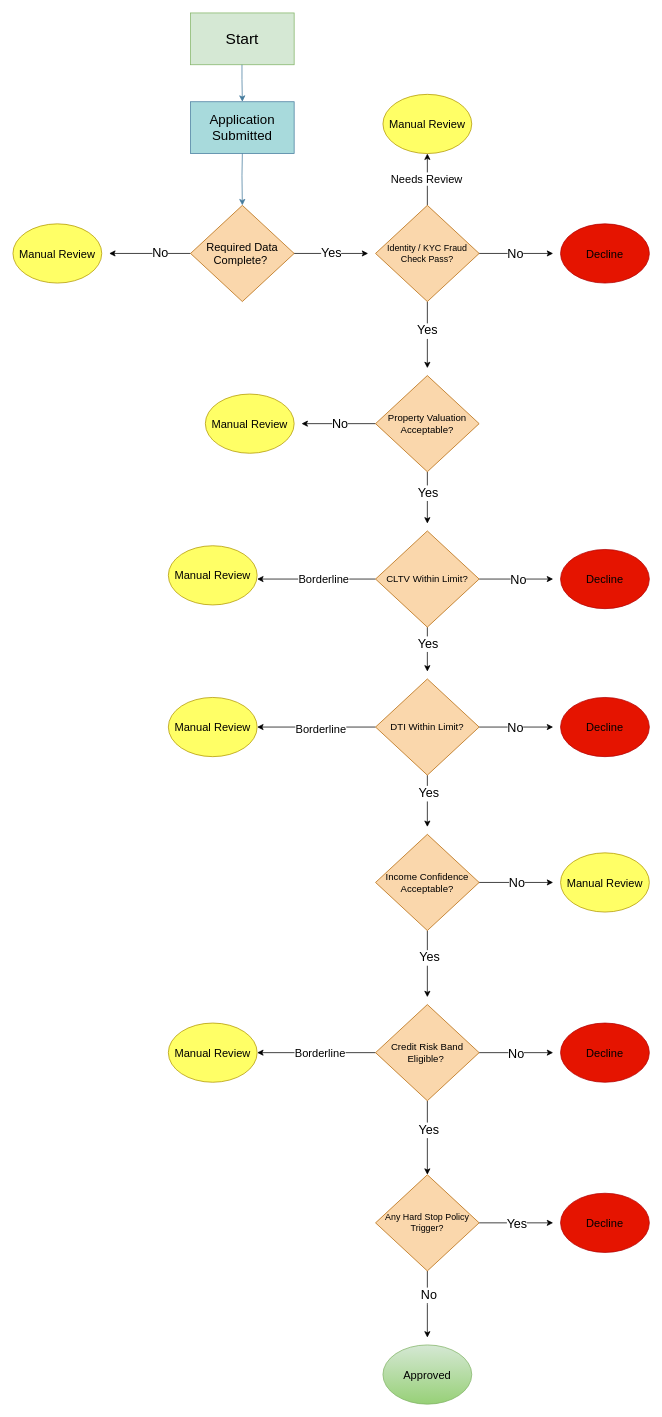
Earlier version of the draw.io diagram Homelend AI Documents/Homelend AI Underwriting Decision Tree - Phase 0.drawio (Camleader/Homelend-AI). Source tidied: cells renumbered, new cells numbered last; positions are measured from the earlier drawing's top-left corner, leaving out a move shared by most shapes. Both pictures are drawn from the tidied source at 74%, with x=0, y=0 at pixel (13, 13).
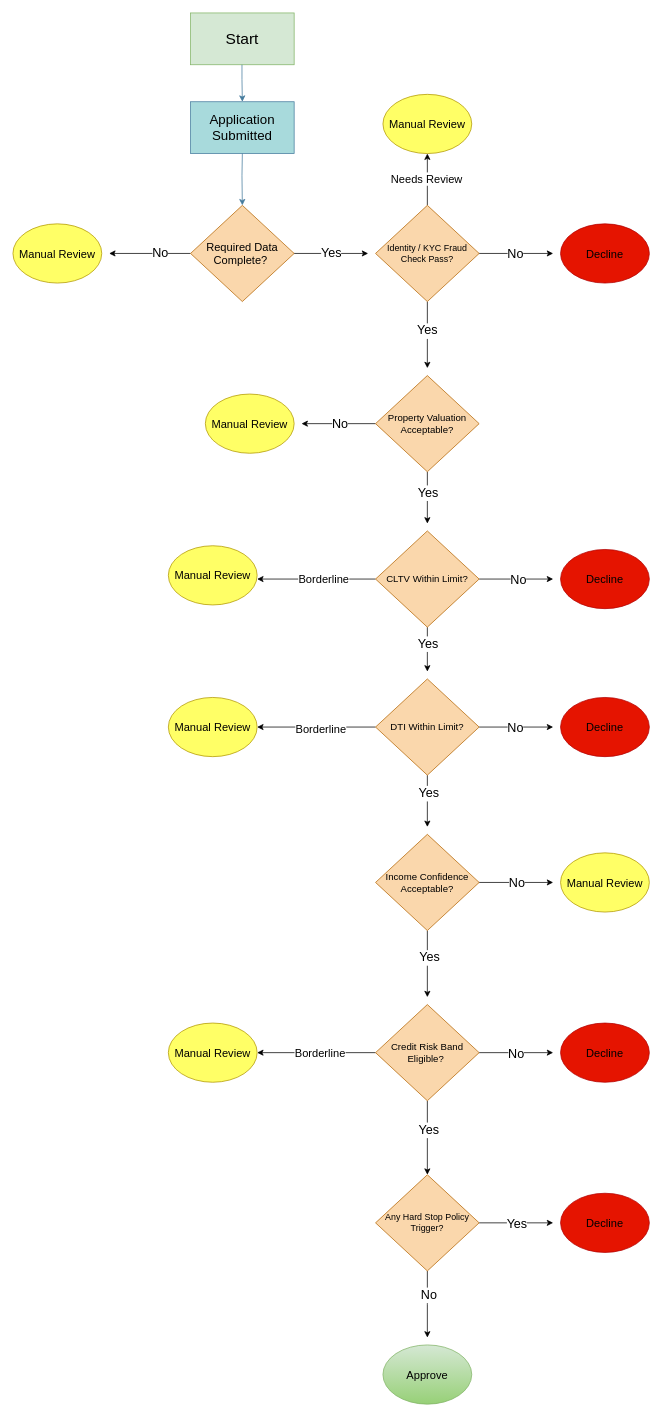
Above is the later version.

What changed in the source:
```diff
@@
-    <mxCell id="64" value="&lt;font style=&quot;color: rgb(0, 0, 0); font-size: 15px;&quot;&gt;Approved&lt;/font&gt;" style="ellipse;whiteSpace=wrap;html=1;fillColor=#d5e8d4;strokeColor=#82b366;gradientColor=#97d077;" parent="1" vertex="1">
+    <mxCell id="64" value="&lt;font style=&quot;color: rgb(0, 0, 0); font-size: 15px;&quot;&gt;Approve&lt;/font&gt;" style="ellipse;whiteSpace=wrap;html=1;fillColor=#d5e8d4;strokeColor=#82b366;gradientColor=#97d077;" parent="1" vertex="1">
       <mxGeometry x="500" y="1800" width="120" height="80" as="geometry" />
     </mxCell>
```
